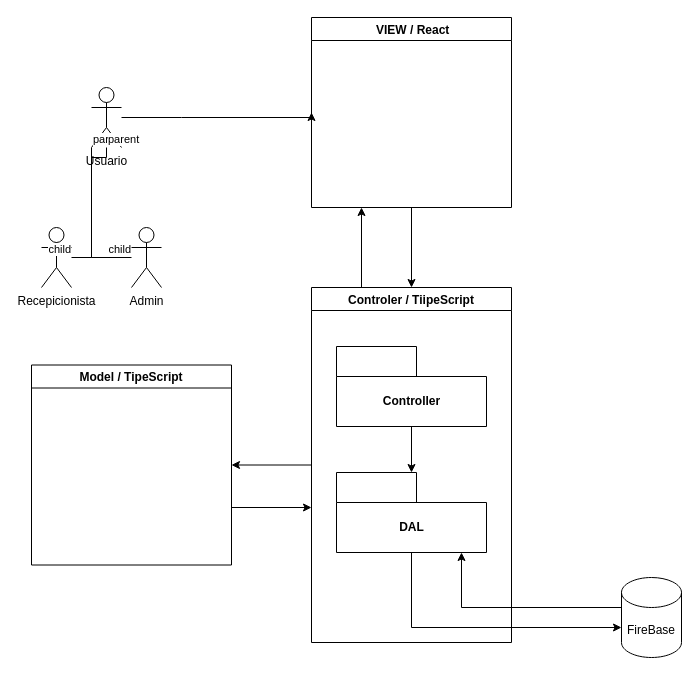
Above: page "Meuchadi_Arq_Geral" (1 of 3) of uml/Untitled Diagram.drawio in dmm813/meuchade (draw.io), before the change. Source tidied: cells renumbered, new cells numbered last; positions are measured from the earlier drawing's top-left corner, leaving out a move shared by most shapes. Both pictures are drawn from the tidied source at 100%, with x=0, y=0 at pixel (31, 17).
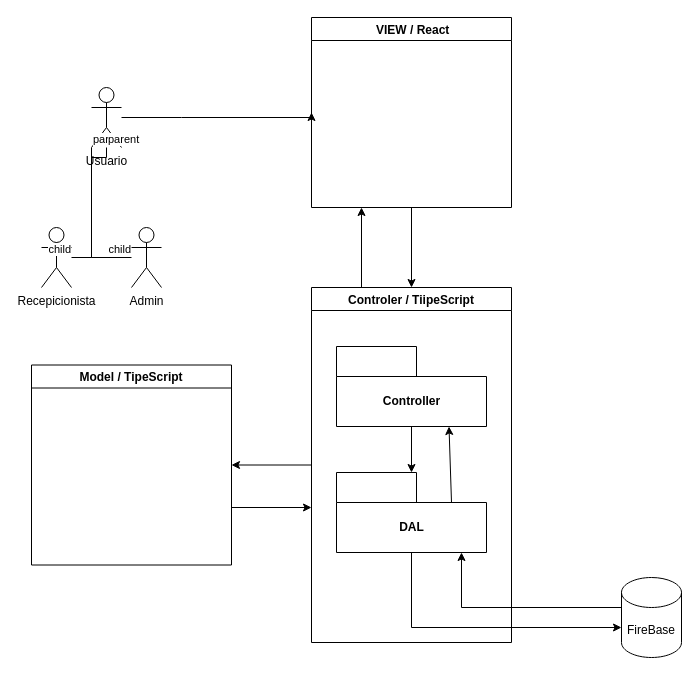
Above is the later version.

Unchanged cells that the change refers to:
```xml
<mxCell id="9" value="Controler / TiipeScript" style="swimlane;startSize=23;" parent="1" vertex="1">
  <mxGeometry x="280" y="270" width="200" height="355" as="geometry" />
</mxCell>
<mxCell id="11" value="Controller" style="shape=folder;fontStyle=1;tabWidth=80;tabHeight=30;tabPosition=left;html=1;boundedLbl=1;" parent="9" vertex="1">
  <mxGeometry x="25" y="59" width="150" height="80" as="geometry" />
</mxCell>
<mxCell id="12" value="DAL" style="shape=folder;fontStyle=1;tabWidth=80;tabHeight=30;tabPosition=left;html=1;boundedLbl=1;" parent="9" vertex="1">
  <mxGeometry x="25" y="185" width="150" height="80" as="geometry" />
</mxCell>
```

Diff of the diagram source:
```diff
@@
+    <mxCell id="25" style="endArrow=classic;html=1;rounded=0;exitX=0;exitY=0;exitDx=115;exitDy=30;exitPerimeter=0;entryX=0.75;entryY=1;entryDx=0;entryDy=0;entryPerimeter=0;" parent="9" edge="1" source="12" target="11">
+      <mxGeometry relative="1" as="geometry" />
+    </mxCell>
```
